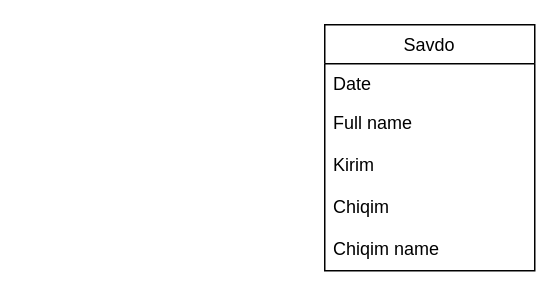
Earlier version of the draw.io diagram Untitled Diagram.drawio (AlibekKhudoykulov/SalesStatistics). Source tidied: cells renumbered, new cells numbered last; positions are measured from the earlier drawing's top-left corner, leaving out a move shared by most shapes. Both pictures are drawn from the tidied source at 150%, with x=0, y=0 at pixel (324, 24).
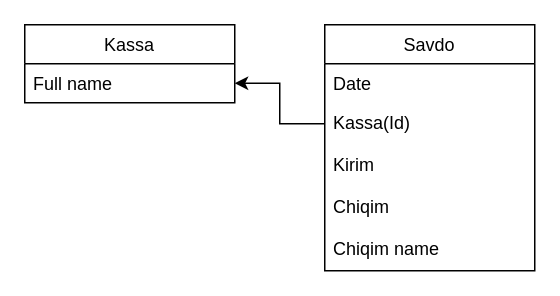
The same diagram, later.

Diff of the diagram source:
```diff
@@
 <mxGraphModel>
   <root>
     <mxCell id="0" />
     <mxCell id="1" parent="0" />
     <mxCell id="2" value="Savdo" style="swimlane;fontStyle=0;horizontal=1;startSize=26;fillColor=none;" parent="1" vertex="1">
       <mxGeometry width="140" height="164" as="geometry" />
     </mxCell>
     <mxCell id="3" value="Date" style="text;strokeColor=none;fillColor=none;align=left;verticalAlign=top;spacingLeft=4;spacingRight=4;overflow=hidden;" parent="2" vertex="1">
       <mxGeometry y="26" width="140" height="26" as="geometry" />
     </mxCell>
-    <mxCell id="4" value="Full name&#10;" style="text;strokeColor=none;fillColor=none;align=left;verticalAlign=top;spacingLeft=4;spacingRight=4;overflow=hidden;points=[[0,0.5],[1,0.5]];portConstraint=eastwest;" parent="2" vertex="1">
+    <mxCell id="4" value="Kassa(Id)" style="text;strokeColor=none;fillColor=none;align=left;verticalAlign=top;spacingLeft=4;spacingRight=4;overflow=hidden;points=[[0,0.5],[1,0.5]];portConstraint=eastwest;" parent="2" vertex="1">
       <mxGeometry y="52" width="140" height="28" as="geometry" />
     </mxCell>
     <mxCell id="5" value="Kirim" style="text;strokeColor=none;fillColor=none;align=left;verticalAlign=top;spacingLeft=4;spacingRight=4;overflow=hidden;" parent="2" vertex="1">
       <mxGeometry y="80" width="140" height="28" as="geometry" />
     </mxCell>
     <mxCell id="6" value="Chiqim" style="text;strokeColor=none;fillColor=none;align=left;verticalAlign=top;spacingLeft=4;spacingRight=4;overflow=hidden;" parent="2" vertex="1">
       <mxGeometry y="108" width="140" height="28" as="geometry" />
     </mxCell>
     <mxCell id="7" value="Chiqim name" style="text;strokeColor=none;fillColor=none;align=left;verticalAlign=top;spacingLeft=4;spacingRight=4;overflow=hidden;" parent="2" vertex="1">
       <mxGeometry y="136" width="140" height="28" as="geometry" />
     </mxCell>
+    <mxCell id="8" value="Kassa" style="swimlane;fontStyle=0;horizontal=1;startSize=26;fillColor=none;" parent="1" vertex="1">
+      <mxGeometry x="-200" width="140" height="52" as="geometry" />
+    </mxCell>
+    <mxCell id="9" value="Full name" style="text;strokeColor=none;fillColor=none;align=left;verticalAlign=top;spacingLeft=4;spacingRight=4;overflow=hidden;points=[[0,0.5],[1,0.5]];portConstraint=eastwest;" parent="8" vertex="1">
+      <mxGeometry y="26" width="140" height="26" as="geometry" />
+    </mxCell>
+    <mxCell id="10" style="edgeStyle=orthogonalEdgeStyle;rounded=0;jettySize=auto;html=1;exitX=0;exitY=0.5;exitDx=0;exitDy=0;" parent="1" edge="1" source="4" target="9">
+      <mxGeometry relative="1" as="geometry" />
+    </mxCell>
   </root>
 </mxGraphModel>
```
